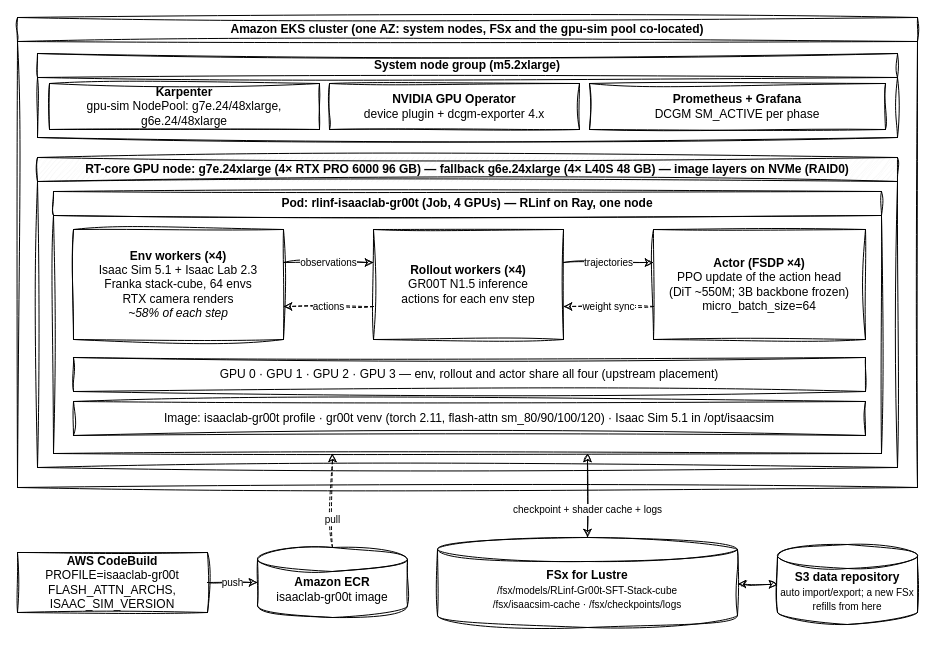
The draw.io diagram examples/isaaclab-gr00t-ppo/diagrams/infra-isaaclab-gr00t-ppo.drawio in aws-samples/sample-rlinf-on-eks, before the edit. Source tidied: cells renumbered, new cells numbered last; positions are measured from the earlier drawing's top-left corner, leaving out a move shared by most shapes. Both pictures are drawn from the tidied source at 100%, with x=0, y=0 at pixel (17, 17).
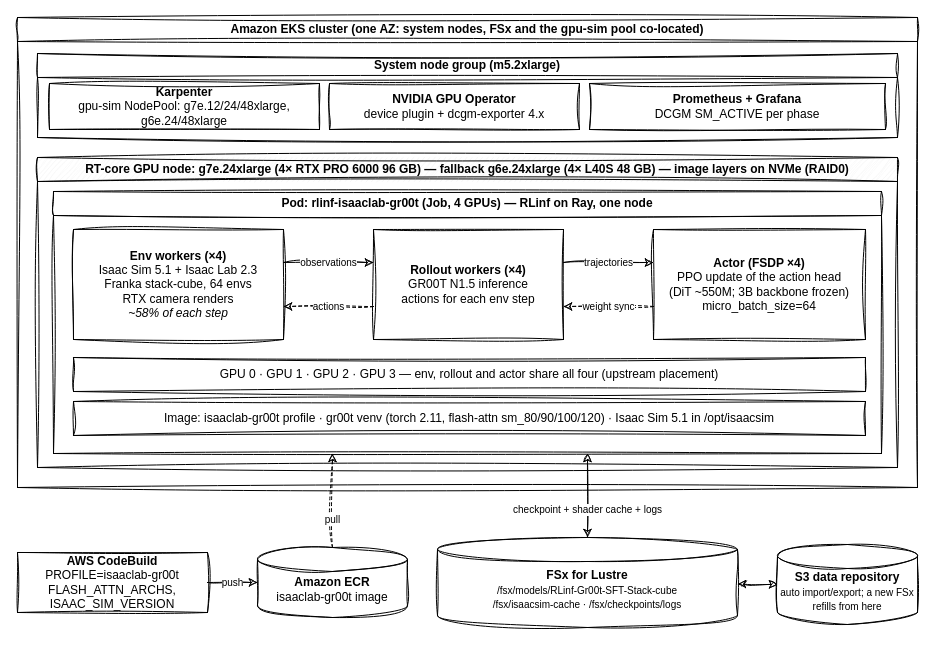
The same diagram, later.

Change to the diagram source:
```diff
@@
-    <mxCell id="4" value="&lt;b&gt;Karpenter&lt;/b&gt;&lt;br&gt;gpu-sim NodePool: g7e.24/48xlarge, g6e.24/48xlarge" style="rounded=0;labelBackgroundColor=none;html=1;whiteSpace=wrap;sketch=1;curveFitting=1;jiggle=2;" parent="1" vertex="1">
+    <mxCell id="4" value="&lt;b&gt;Karpenter&lt;/b&gt;&lt;br&gt;gpu-sim NodePool: g7e.12/24/48xlarge, g6e.24/48xlarge" style="rounded=0;labelBackgroundColor=none;html=1;whiteSpace=wrap;sketch=1;curveFitting=1;jiggle=2;" parent="1" vertex="1">
       <mxGeometry x="32" y="66" width="270" height="46" as="geometry" />
     </mxCell>
```
